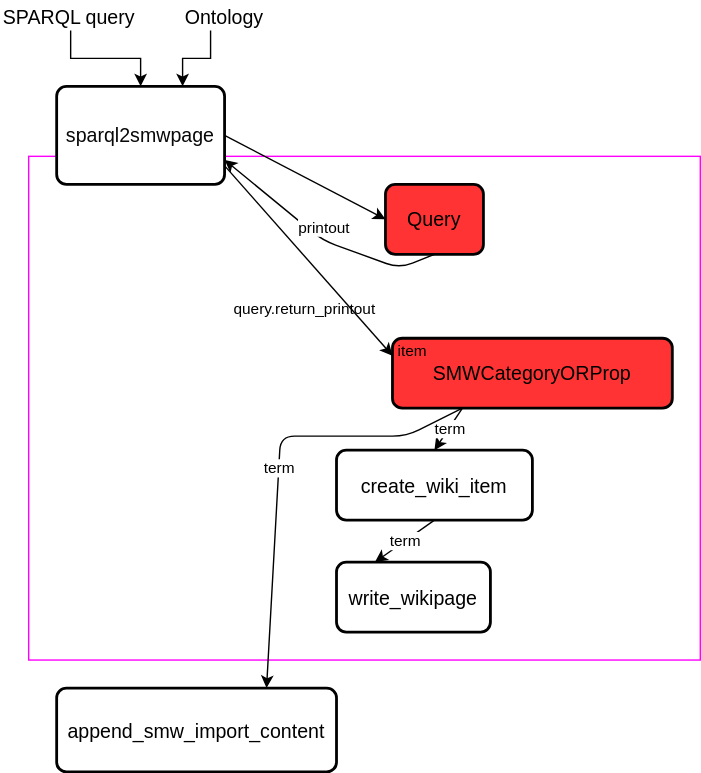
The draw.io diagram docs/flow_diagram.svg in andrecastro0o/ontology2smw, before a commit. Source tidied: cells renumbered, new cells last; positions are measured from the earlier drawing's top-left corner, leaving out a move shared by most shapes. The source it was exported from:
```xml
<mxGraphModel>
  <root>
    <mxCell id="0" />
    <mxCell id="1" parent="0" />
    <mxCell id="2" style="rounded=0;whiteSpace=wrap;html=1;labelBackgroundColor=#ffffff;fillColor=none;fontSize=14;align=center;strokeColor=#FF00FF;" parent="1" vertex="1">
      <mxGeometry x="20" y="110" width="480" height="360" as="geometry" />
    </mxCell>
    <mxCell id="3" value="&lt;p style=&quot;background-color: rgb(255 , 255 , 255) ; color: rgb(8 , 8 , 8) ; font-size: 10.5pt&quot;&gt;&lt;font face=&quot;Helvetica&quot;&gt;sparql2smwpage&lt;/font&gt;&lt;/p&gt;" style="rounded=1;whiteSpace=wrap;html=1;absoluteArcSize=1;arcSize=14;strokeWidth=2;fillColor=#ffffff;fontSize=18;" parent="1" vertex="1">
      <mxGeometry x="40" y="60" width="120" height="70" as="geometry" />
    </mxCell>
    <mxCell id="4" style="edgeStyle=orthogonalEdgeStyle;rounded=0;jettySize=auto;html=1;exitX=0.5;exitY=1;exitDx=0;exitDy=0;fontSize=18;" parent="1" edge="1" source="5" target="3">
      <mxGeometry relative="1" as="geometry" />
    </mxCell>
    <mxCell id="5" value="&lt;font style=&quot;font-size: 14px&quot;&gt;SPARQL query&lt;/font&gt;" style="text;html=1;strokeColor=none;fillColor=none;align=left;verticalAlign=middle;whiteSpace=wrap;rounded=0;fontSize=18;" parent="1" vertex="1">
      <mxGeometry width="100" height="20" as="geometry" />
    </mxCell>
    <mxCell id="6" style="edgeStyle=orthogonalEdgeStyle;rounded=0;jettySize=auto;html=1;exitX=0.5;exitY=1;exitDx=0;exitDy=0;entryX=0.75;entryY=0;entryDx=0;entryDy=0;fontSize=18;" parent="1" edge="1" source="7" target="3">
      <mxGeometry relative="1" as="geometry" />
    </mxCell>
    <mxCell id="7" value="&lt;font style=&quot;font-size: 14px&quot;&gt;Ontology&lt;br&gt;&lt;/font&gt;" style="text;html=1;strokeColor=none;fillColor=none;align=left;verticalAlign=middle;whiteSpace=wrap;rounded=0;fontSize=18;" parent="1" vertex="1">
      <mxGeometry x="130" width="40" height="20" as="geometry" />
    </mxCell>
    <mxCell id="8" value="&lt;span style=&quot;&quot;&gt;Query&lt;/span&gt;" style="rounded=1;whiteSpace=wrap;html=1;absoluteArcSize=1;arcSize=14;strokeWidth=2;fontSize=14;align=center;labelBackgroundColor=none;fillColor=#FF3333;" parent="1" vertex="1">
      <mxGeometry x="275" y="130" width="70" height="50" as="geometry" />
    </mxCell>
    <mxCell id="9" style="endArrow=classic;html=1;fontSize=14;exitX=1;exitY=0.5;exitDx=0;exitDy=0;entryX=0;entryY=0.5;entryDx=0;entryDy=0;" parent="1" edge="1" source="3" target="8">
      <mxGeometry relative="1" as="geometry" />
    </mxCell>
    <mxCell id="10" style="endArrow=classic;html=1;fontSize=14;exitX=0.5;exitY=1;exitDx=0;exitDy=0;entryX=1;entryY=0.75;entryDx=0;entryDy=0;" parent="1" edge="1" source="8" target="3">
      <mxGeometry relative="1" as="geometry">
        <Array as="points">
          <mxPoint x="285" y="190" />
          <mxPoint x="230" y="170" />
        </Array>
      </mxGeometry>
    </mxCell>
    <mxCell id="11" value="query.return_printout" style="edgeLabel;html=1;align=center;verticalAlign=middle;" parent="10" vertex="1">
      <mxGeometry relative="1" as="geometry">
        <mxPoint x="-11.6" y="50" as="offset" />
      </mxGeometry>
    </mxCell>
    <mxCell id="12" value="&lt;font style=&quot;font-size: 14px&quot;&gt;create_wiki_item&lt;/font&gt;" style="rounded=1;whiteSpace=wrap;html=1;absoluteArcSize=1;arcSize=14;strokeWidth=2;fillColor=#ffffff;fontSize=18;" parent="1" vertex="1">
      <mxGeometry x="240" y="320" width="140" height="50" as="geometry" />
    </mxCell>
    <mxCell id="13" value="SMWCategoryORProp" style="rounded=1;whiteSpace=wrap;html=1;absoluteArcSize=1;arcSize=14;strokeWidth=2;fontSize=14;align=center;labelBackgroundColor=none;fillColor=#FF3333;" parent="1" vertex="1">
      <mxGeometry x="280" y="240" width="200" height="50" as="geometry" />
    </mxCell>
    <mxCell id="14" style="endArrow=classic;html=1;fontSize=14;entryX=0;entryY=0.25;entryDx=0;entryDy=0;exitX=0.997;exitY=0.804;exitDx=0;exitDy=0;exitPerimeter=0;" parent="1" edge="1" source="3" target="13">
      <mxGeometry relative="1" as="geometry" />
    </mxCell>
    <mxCell id="15" value="printout" style="edgeLabel;html=1;align=center;verticalAlign=middle;labelBackgroundColor=#ffffff;rotation=0;" parent="14" vertex="1">
      <mxGeometry relative="1" as="geometry">
        <mxPoint x="10.2" y="-24.4" as="offset" />
      </mxGeometry>
    </mxCell>
    <mxCell id="16" value="&lt;font style=&quot;font-size: 11px&quot;&gt;item&lt;/font&gt;" style="edgeLabel;html=1;align=center;verticalAlign=middle;fontSize=14;labelBackgroundColor=none;" parent="14" vertex="1">
      <mxGeometry x="0.74" relative="1" as="geometry">
        <mxPoint x="29.4" y="12.7" as="offset" />
      </mxGeometry>
    </mxCell>
    <mxCell id="17" value="&lt;font style=&quot;font-size: 14px&quot;&gt;write_wikipage&lt;/font&gt;" style="rounded=1;whiteSpace=wrap;html=1;absoluteArcSize=1;arcSize=14;strokeWidth=2;fillColor=#ffffff;fontSize=18;" parent="1" vertex="1">
      <mxGeometry x="240" y="400" width="110" height="50" as="geometry" />
    </mxCell>
    <mxCell id="18" style="endArrow=classic;html=1;fontSize=14;entryX=0.5;entryY=0;entryDx=0;entryDy=0;exitX=0.25;exitY=1;exitDx=0;exitDy=0;" parent="1" edge="1" source="13" target="12">
      <mxGeometry relative="1" as="geometry" />
    </mxCell>
    <mxCell id="19" value="term" style="edgeLabel;html=1;align=center;verticalAlign=middle;" parent="18" vertex="1">
      <mxGeometry relative="1" as="geometry" />
    </mxCell>
    <mxCell id="20" style="endArrow=classic;html=1;fontSize=14;entryX=0.25;entryY=0;entryDx=0;entryDy=0;exitX=0.5;exitY=1;exitDx=0;exitDy=0;" parent="1" edge="1" source="12" target="17">
      <mxGeometry relative="1" as="geometry" />
    </mxCell>
    <mxCell id="21" value="term" style="edgeLabel;html=1;align=center;verticalAlign=middle;" parent="20" vertex="1">
      <mxGeometry relative="1" as="geometry" />
    </mxCell>
    <mxCell id="22" value="&lt;font style=&quot;font-size: 14px&quot;&gt;append_smw_import_content&lt;/font&gt;" style="rounded=1;whiteSpace=wrap;html=1;absoluteArcSize=1;arcSize=14;strokeWidth=2;fillColor=#ffffff;fontSize=18;" parent="1" vertex="1">
      <mxGeometry x="40" y="490" width="200" height="60" as="geometry" />
    </mxCell>
    <mxCell id="23" style="endArrow=classic;html=1;fontSize=14;entryX=0.75;entryY=0;entryDx=0;entryDy=0;exitX=0.25;exitY=1;exitDx=0;exitDy=0;" parent="1" edge="1" source="13" target="22">
      <mxGeometry relative="1" as="geometry">
        <Array as="points">
          <mxPoint x="290" y="310" />
          <mxPoint x="200" y="310" />
        </Array>
      </mxGeometry>
    </mxCell>
    <mxCell id="24" value="term" style="edgeLabel;html=1;align=center;verticalAlign=middle;" parent="23" vertex="1">
      <mxGeometry relative="1" as="geometry" />
    </mxCell>
  </root>
</mxGraphModel>
```
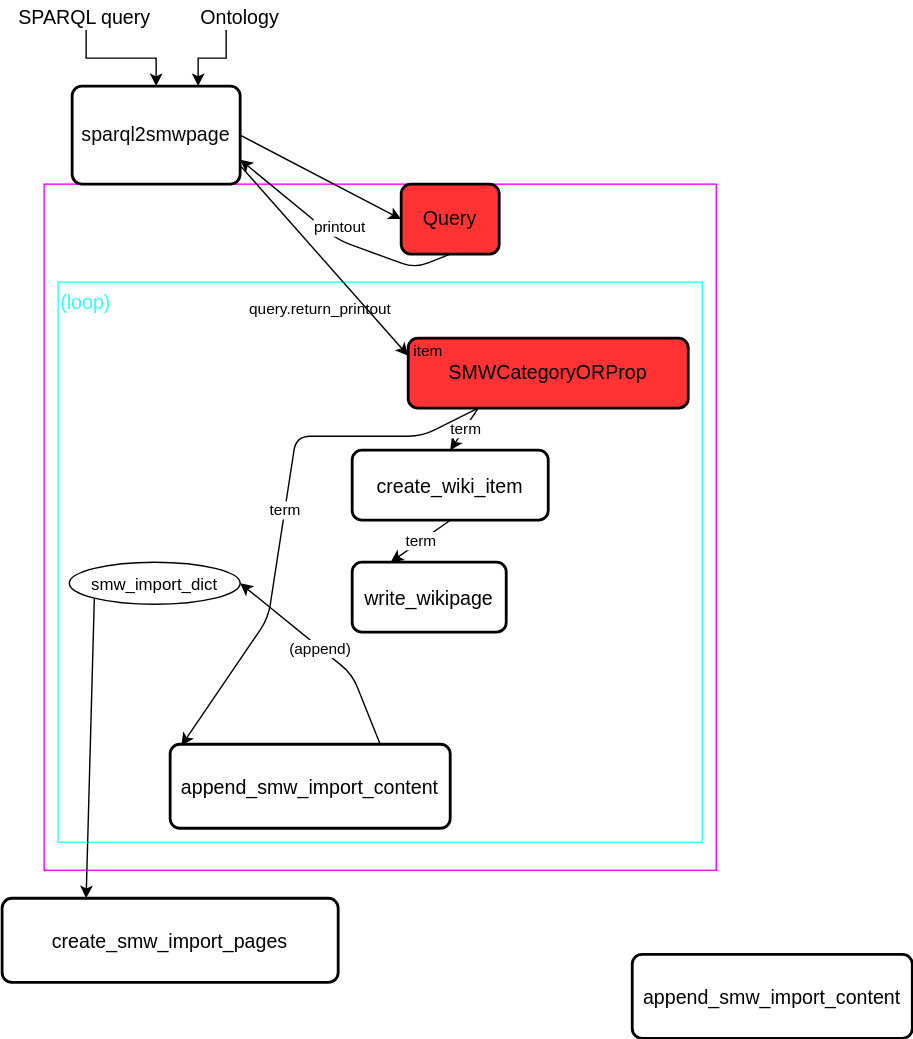
Later version of the same file.

Change to the diagram source:
```diff
@@ -3,8 +3,11 @@
     <mxCell id="0" />
     <mxCell id="1" parent="0" />
     <mxCell id="2" style="rounded=0;whiteSpace=wrap;html=1;labelBackgroundColor=#ffffff;fillColor=none;fontSize=14;align=center;strokeColor=#FF00FF;" parent="1" vertex="1">
-      <mxGeometry x="20" y="110" width="480" height="360" as="geometry" />
+      <mxGeometry x="20" y="130" width="480" height="490" as="geometry" />
     </mxCell>
+    <mxCell id="25" value="&lt;div align=&quot;left&quot;&gt;&lt;font color=&quot;#33FFFF&quot;&gt;(loop)&lt;/font&gt;&lt;/div&gt;" style="rounded=0;whiteSpace=wrap;html=1;labelBackgroundColor=#ffffff;fillColor=none;fontSize=14;align=left;strokeColor=#33FFFF;verticalAlign=top;" parent="1" vertex="1">
+      <mxGeometry x="30" y="200" width="460" height="400" as="geometry" />
+    </mxCell>
     <mxCell id="3" value="&lt;p style=&quot;background-color: rgb(255 , 255 , 255) ; color: rgb(8 , 8 , 8) ; font-size: 10.5pt&quot;&gt;&lt;font face=&quot;Helvetica&quot;&gt;sparql2smwpage&lt;/font&gt;&lt;/p&gt;" style="rounded=1;whiteSpace=wrap;html=1;absoluteArcSize=1;arcSize=14;strokeWidth=2;fillColor=#ffffff;fontSize=18;" parent="1" vertex="1">
       <mxGeometry x="40" y="60" width="120" height="70" as="geometry" />
     </mxCell>
@@ -73,19 +76,44 @@
     <mxCell id="21" value="term" style="edgeLabel;html=1;align=center;verticalAlign=middle;" parent="20" vertex="1">
       <mxGeometry relative="1" as="geometry" />
     </mxCell>
-    <mxCell id="22" value="&lt;font style=&quot;font-size: 14px&quot;&gt;append_smw_import_content&lt;/font&gt;" style="rounded=1;whiteSpace=wrap;html=1;absoluteArcSize=1;arcSize=14;strokeWidth=2;fillColor=#ffffff;fontSize=18;" parent="1" vertex="1">
-      <mxGeometry x="40" y="490" width="200" height="60" as="geometry" />
-    </mxCell>
-    <mxCell id="23" style="endArrow=classic;html=1;fontSize=14;entryX=0.75;entryY=0;entryDx=0;entryDy=0;exitX=0.25;exitY=1;exitDx=0;exitDy=0;" parent="1" edge="1" source="13" target="22">
+    <mxCell id="23" style="endArrow=classic;html=1;fontSize=14;entryX=0.04;entryY=0.017;entryDx=0;entryDy=0;exitX=0.25;exitY=1;exitDx=0;exitDy=0;entryPerimeter=0;" parent="1" edge="1" source="13" target="27">
       <mxGeometry relative="1" as="geometry">
         <Array as="points">
           <mxPoint x="290" y="310" />
           <mxPoint x="200" y="310" />
+          <mxPoint x="180" y="440" />
         </Array>
       </mxGeometry>
     </mxCell>
     <mxCell id="24" value="term" style="edgeLabel;html=1;align=center;verticalAlign=middle;" parent="23" vertex="1">
       <mxGeometry relative="1" as="geometry" />
     </mxCell>
+    <mxCell id="26" value="&lt;font style=&quot;font-size: 14px&quot;&gt;append_smw_import_content&lt;/font&gt;" style="rounded=1;whiteSpace=wrap;html=1;absoluteArcSize=1;arcSize=14;strokeWidth=2;fillColor=#ffffff;fontSize=18;" parent="1" vertex="1">
+      <mxGeometry x="440" y="680" width="200" height="60" as="geometry" />
+    </mxCell>
+    <mxCell id="27" value="&lt;font style=&quot;font-size: 14px&quot;&gt;append_smw_import_content&lt;/font&gt;" style="rounded=1;whiteSpace=wrap;html=1;absoluteArcSize=1;arcSize=14;strokeWidth=2;fillColor=#ffffff;fontSize=18;" parent="1" vertex="1">
+      <mxGeometry x="110" y="530" width="200" height="60" as="geometry" />
+    </mxCell>
+    <mxCell id="28" value="&lt;font style=&quot;font-size: 14px&quot;&gt;create_smw_import_pages&lt;/font&gt;" style="rounded=1;whiteSpace=wrap;html=1;absoluteArcSize=1;arcSize=14;strokeWidth=2;fillColor=#ffffff;fontSize=18;" parent="1" vertex="1">
+      <mxGeometry x="-10" y="640" width="240" height="60" as="geometry" />
+    </mxCell>
+    <mxCell id="29" style="endArrow=classic;html=1;fontSize=14;exitX=0;exitY=1;exitDx=0;exitDy=0;entryX=0.25;entryY=0;entryDx=0;entryDy=0;" parent="1" edge="1" source="32" target="28">
+      <mxGeometry relative="1" as="geometry" />
+    </mxCell>
+    <mxCell id="30" style="endArrow=classic;html=1;fontSize=14;exitX=0.75;exitY=0;exitDx=0;exitDy=0;entryX=1;entryY=0.5;entryDx=0;entryDy=0;" parent="1" edge="1" source="27" target="32">
+      <mxGeometry relative="1" as="geometry">
+        <Array as="points">
+          <mxPoint x="240" y="480" />
+        </Array>
+      </mxGeometry>
+    </mxCell>
+    <mxCell id="31" value="(append)" style="edgeLabel;html=1;align=center;verticalAlign=middle;" parent="30" vertex="1">
+      <mxGeometry x="0.08" y="1" relative="1" as="geometry">
+        <mxPoint x="1" as="offset" />
+      </mxGeometry>
+    </mxCell>
+    <mxCell id="32" value="&lt;font style=&quot;font-size: 12px&quot;&gt;smw_import_dict&lt;/font&gt;" style="ellipse;whiteSpace=wrap;html=1;labelBackgroundColor=#ffffff;fillColor=none;fontSize=14;align=center;" parent="1" vertex="1">
+      <mxGeometry x="38" y="400" width="122" height="30" as="geometry" />
+    </mxCell>
   </root>
 </mxGraphModel>
```
